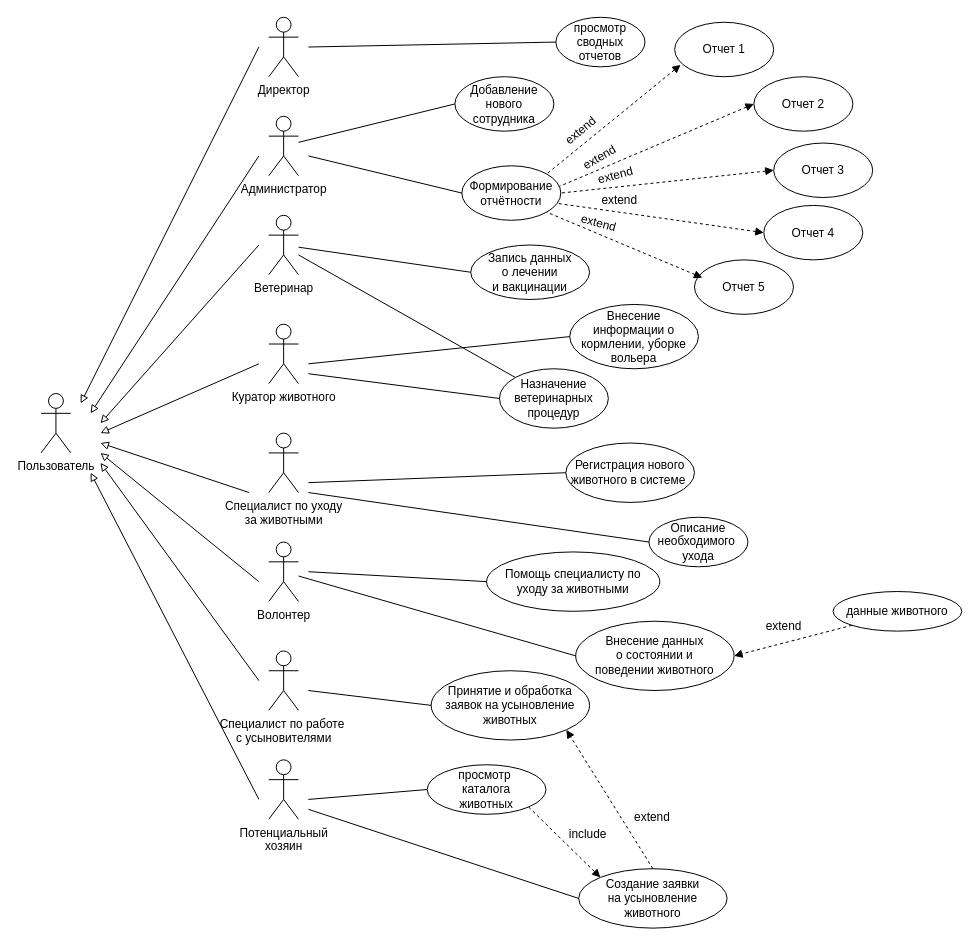
Earlier version of the draw.io diagram Диаграмма use-case.drawio (DaniilKOT112/Doc). Source tidied: cells renumbered, new cells numbered last; positions are measured from the earlier drawing's top-left corner, leaving out a move shared by most shapes. Both pictures are drawn from the tidied source at 99%, with x=0, y=0 at pixel (41, 17).
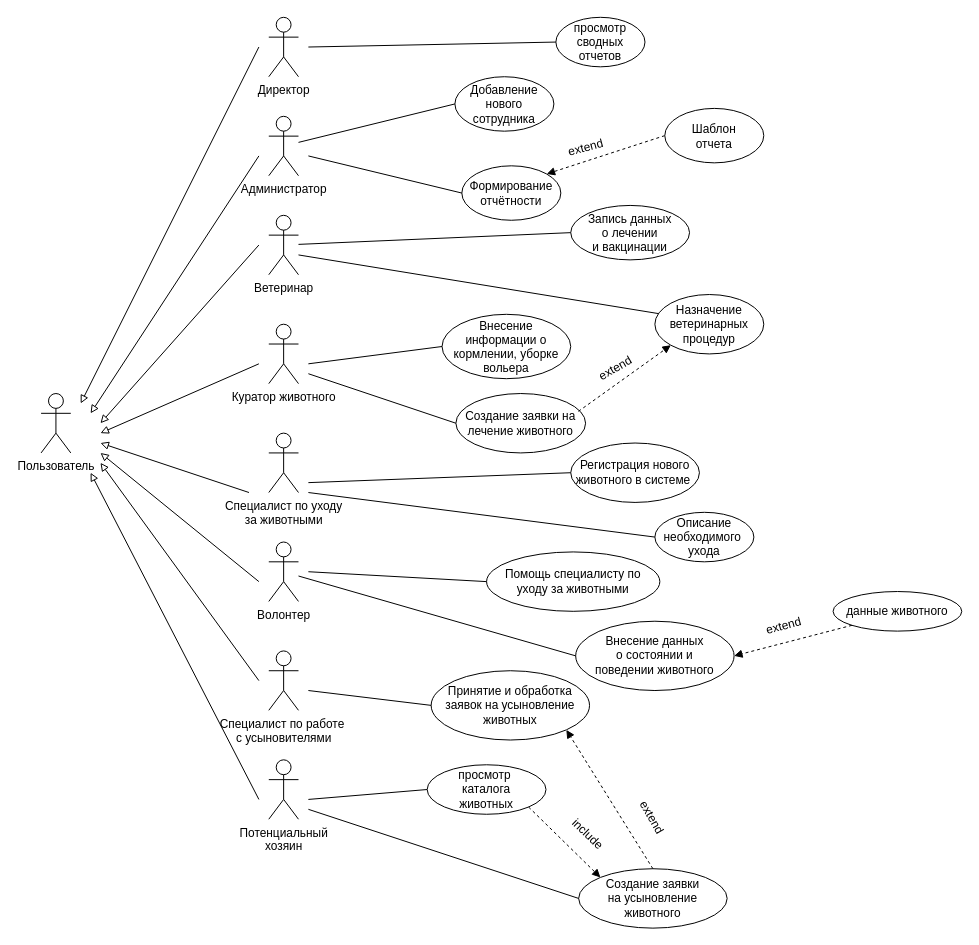
The same page after the edit.

The change refers to these unchanged cells:
```xml
<mxCell id="23" value="Формирование&lt;div&gt;отчётности&lt;/div&gt;" style="ellipse;whiteSpace=wrap;html=1;" parent="1" vertex="1">
  <mxGeometry x="425" y="150" width="100" height="55" as="geometry" />
</mxCell>
```

What changed in the source:
```diff
@@
-    <mxCell id="25" style="endArrow=none;html=1;rounded=0;entryX=1;entryY=0;entryDx=0;entryDy=0;dashed=1;exitX=0.06;exitY=0.782;exitDx=0;exitDy=0;startArrow=block;startFill=1;exitPerimeter=0;" parent="1" edge="1" source="55" target="23">
+    <mxCell id="25" style="endArrow=block;html=1;rounded=0;entryX=1;entryY=0;entryDx=0;entryDy=0;dashed=1;startArrow=none;startFill=0;exitX=0;exitY=0.5;exitDx=0;exitDy=0;endFill=1;" parent="1" edge="1" source="68" target="23">
       <mxGeometry relative="1" as="geometry" />
     </mxCell>
     <mxCell id="26" value="Запись данных&lt;div&gt;о лечении&lt;/div&gt;&lt;div&gt;и вакцинации&lt;/div&gt;" style="ellipse;whiteSpace=wrap;html=1;" parent="1" vertex="1">
-      <mxGeometry x="434" y="230" width="120" height="55" as="geometry" />
+      <mxGeometry x="535" y="190" width="120" height="55" as="geometry" />
     </mxCell>
@@
     <mxCell id="28" value="Внесение информации о кормлении, уборке вольера" style="ellipse;whiteSpace=wrap;html=1;" parent="1" vertex="1">
-      <mxGeometry x="534" y="290" width="130" height="65" as="geometry" />
+      <mxGeometry x="405" y="300" width="130" height="65" as="geometry" />
     </mxCell>
@@
-    <mxCell id="30" value="Назначение ветеринарных процедур" style="ellipse;whiteSpace=wrap;html=1;" parent="1" vertex="1">
-      <mxGeometry x="463" y="355" width="110" height="60" as="geometry" />
+    <mxCell id="30" value="Создание заявки на лечение животного" style="ellipse;whiteSpace=wrap;html=1;" parent="1" vertex="1">
+      <mxGeometry x="419" y="380" width="131" height="60" as="geometry" />
     </mxCell>
@@
-    <mxCell id="32" style="endArrow=none;html=1;rounded=0;entryX=0;entryY=0;entryDx=0;entryDy=0;" parent="1" edge="1" target="30">
+    <mxCell id="32" style="endArrow=none;html=1;rounded=0;entryX=0.073;entryY=0.333;entryDx=0;entryDy=0;entryPerimeter=0;" parent="1" edge="1" target="69">
       <mxGeometry relative="1" as="geometry">
         <mxPoint x="260" y="240" as="sourcePoint" />
       </mxGeometry>
     </mxCell>
     <mxCell id="33" value="Регистрация нового животного в системе&amp;nbsp;" style="ellipse;whiteSpace=wrap;html=1;" parent="1" vertex="1">
-      <mxGeometry x="530" y="430" width="130" height="60" as="geometry" />
+      <mxGeometry x="535" y="430" width="130" height="60" as="geometry" />
     </mxCell>
     <mxCell id="34" value="Описание необходимого&amp;nbsp;&lt;div&gt;ухода&lt;/div&gt;" style="ellipse;whiteSpace=wrap;html=1;" parent="1" vertex="1">
-      <mxGeometry x="614" y="505" width="100" height="50" as="geometry" />
+      <mxGeometry x="620" y="500" width="100" height="50" as="geometry" />
     </mxCell>
@@
-    <mxCell id="51" value="extend" style="text;html=1;align=center;verticalAlign=middle;strokeColor=none;fillColor=none;" parent="1" vertex="1">
+    <mxCell id="51" value="extend" style="text;html=1;align=center;verticalAlign=middle;strokeColor=none;fillColor=none;rotation=-15;" parent="1" vertex="1">
       <mxGeometry x="720" y="600" width="60" height="30" as="geometry" />
     </mxCell>
-    <mxCell id="52" value="extend" style="text;html=1;align=center;verticalAlign=middle;strokeColor=none;fillColor=none;" parent="1" vertex="1">
+    <mxCell id="52" value="extend" style="text;html=1;align=center;verticalAlign=middle;strokeColor=none;fillColor=none;rotation=60;" parent="1" vertex="1">
       <mxGeometry x="587" y="793" width="60" height="30" as="geometry" />
     </mxCell>
-    <mxCell id="53" value="include" style="text;html=1;align=center;verticalAlign=middle;strokeColor=none;fillColor=none;" parent="1" vertex="1">
+    <mxCell id="53" value="include" style="text;html=1;align=center;verticalAlign=middle;strokeColor=none;fillColor=none;rotation=44;" parent="1" vertex="1">
       <mxGeometry x="522" y="810" width="60" height="30" as="geometry" />
     </mxCell>
-    <mxCell id="54" value="extend" style="text;html=1;align=center;verticalAlign=middle;strokeColor=none;fillColor=none;rotation=-40;" parent="1" vertex="1">
-      <mxGeometry x="515" y="100" width="60" height="30" as="geometry" />
+    <mxCell id="54" value="extend" style="text;html=1;align=center;verticalAlign=middle;strokeColor=none;fillColor=none;rotation=-15;" parent="1" vertex="1">
+      <mxGeometry x="520" y="117" width="60" height="30" as="geometry" />
     </mxCell>
-    <mxCell id="55" value="Отчет 1" style="ellipse;whiteSpace=wrap;html=1;" parent="1" vertex="1">
-      <mxGeometry x="640" y="5" width="100" height="55" as="geometry" />
-    </mxCell>
-    <mxCell id="56" value="Отчет 2" style="ellipse;whiteSpace=wrap;html=1;" parent="1" vertex="1">
-      <mxGeometry x="720" y="60" width="100" height="55" as="geometry" />
-    </mxCell>
-    <mxCell id="57" style="endArrow=none;html=1;rounded=0;entryX=0.98;entryY=0.382;entryDx=0;entryDy=0;dashed=1;exitX=0;exitY=0.5;exitDx=0;exitDy=0;entryPerimeter=0;startArrow=block;startFill=1;" parent="1" edge="1" source="56" target="23">
-      <mxGeometry relative="1" as="geometry" />
-    </mxCell>
+    <mxCell id="68" value="Шаблон&lt;div&gt;отчета&lt;/div&gt;" style="ellipse;whiteSpace=wrap;html=1;" parent="1" vertex="1">
+      <mxGeometry x="630" y="92" width="100" height="55" as="geometry" />
+    </mxCell>
+    <mxCell id="69" value="Назначение ветеринарных процедур" style="ellipse;whiteSpace=wrap;html=1;" parent="1" vertex="1">
+      <mxGeometry x="620" y="280" width="110" height="60" as="geometry" />
+    </mxCell>
+    <mxCell id="70" style="endArrow=block;html=1;rounded=0;endFill=1;exitX=0.945;exitY=0.3;exitDx=0;exitDy=0;entryX=0;entryY=1;entryDx=0;entryDy=0;dashed=1;exitPerimeter=0;" parent="1" edge="1" source="30" target="69">
+      <mxGeometry relative="1" as="geometry" />
+    </mxCell>
     <mxCell id="58" value="extend" style="text;html=1;align=center;verticalAlign=middle;strokeColor=none;fillColor=none;rotation=-30;" parent="1" vertex="1">
-      <mxGeometry x="534" y="127" width="60" height="30" as="geometry" />
+      <mxGeometry x="550" y="340" width="60" height="30" as="geometry" />
     </mxCell>
-    <mxCell id="59" value="Отчет 3" style="ellipse;whiteSpace=wrap;html=1;" parent="1" vertex="1">
-      <mxGeometry x="740" y="127" width="100" height="55" as="geometry" />
-    </mxCell>
-    <mxCell id="60" style="endArrow=none;html=1;rounded=0;entryX=1;entryY=0.5;entryDx=0;entryDy=0;dashed=1;exitX=0;exitY=0.5;exitDx=0;exitDy=0;startArrow=block;startFill=1;" parent="1" edge="1" source="59" target="23">
-      <mxGeometry relative="1" as="geometry" />
-    </mxCell>
-    <mxCell id="61" value="extend" style="text;html=1;align=center;verticalAlign=middle;strokeColor=none;fillColor=none;rotation=-15;" parent="1" vertex="1">
-      <mxGeometry x="550" y="145" width="60" height="30" as="geometry" />
-    </mxCell>
-    <mxCell id="62" value="Отчет 4" style="ellipse;whiteSpace=wrap;html=1;" parent="1" vertex="1">
-      <mxGeometry x="730" y="190" width="100" height="55" as="geometry" />
-    </mxCell>
-    <mxCell id="63" style="endArrow=none;html=1;rounded=0;entryX=0.97;entryY=0.691;entryDx=0;entryDy=0;dashed=1;exitX=0;exitY=0.5;exitDx=0;exitDy=0;startArrow=block;startFill=1;entryPerimeter=0;" parent="1" edge="1" source="62" target="23">
-      <mxGeometry relative="1" as="geometry" />
-    </mxCell>
-    <mxCell id="64" value="extend" style="text;html=1;align=center;verticalAlign=middle;strokeColor=none;fillColor=none;rotation=0;" parent="1" vertex="1">
-      <mxGeometry x="554" y="170" width="60" height="30" as="geometry" />
-    </mxCell>
-    <mxCell id="65" value="Отчет 5" style="ellipse;whiteSpace=wrap;html=1;" parent="1" vertex="1">
-      <mxGeometry x="660" y="245" width="100" height="55" as="geometry" />
-    </mxCell>
-    <mxCell id="66" style="endArrow=none;html=1;rounded=0;entryX=1;entryY=1;entryDx=0;entryDy=0;dashed=1;exitX=0.08;exitY=0.327;exitDx=0;exitDy=0;startArrow=block;startFill=1;exitPerimeter=0;" parent="1" edge="1" source="65" target="23">
-      <mxGeometry relative="1" as="geometry" />
-    </mxCell>
-    <mxCell id="67" value="extend" style="text;html=1;align=center;verticalAlign=middle;strokeColor=none;fillColor=none;rotation=15;" parent="1" vertex="1">
-      <mxGeometry x="533" y="193" width="60" height="30" as="geometry" />
-    </mxCell>
```
